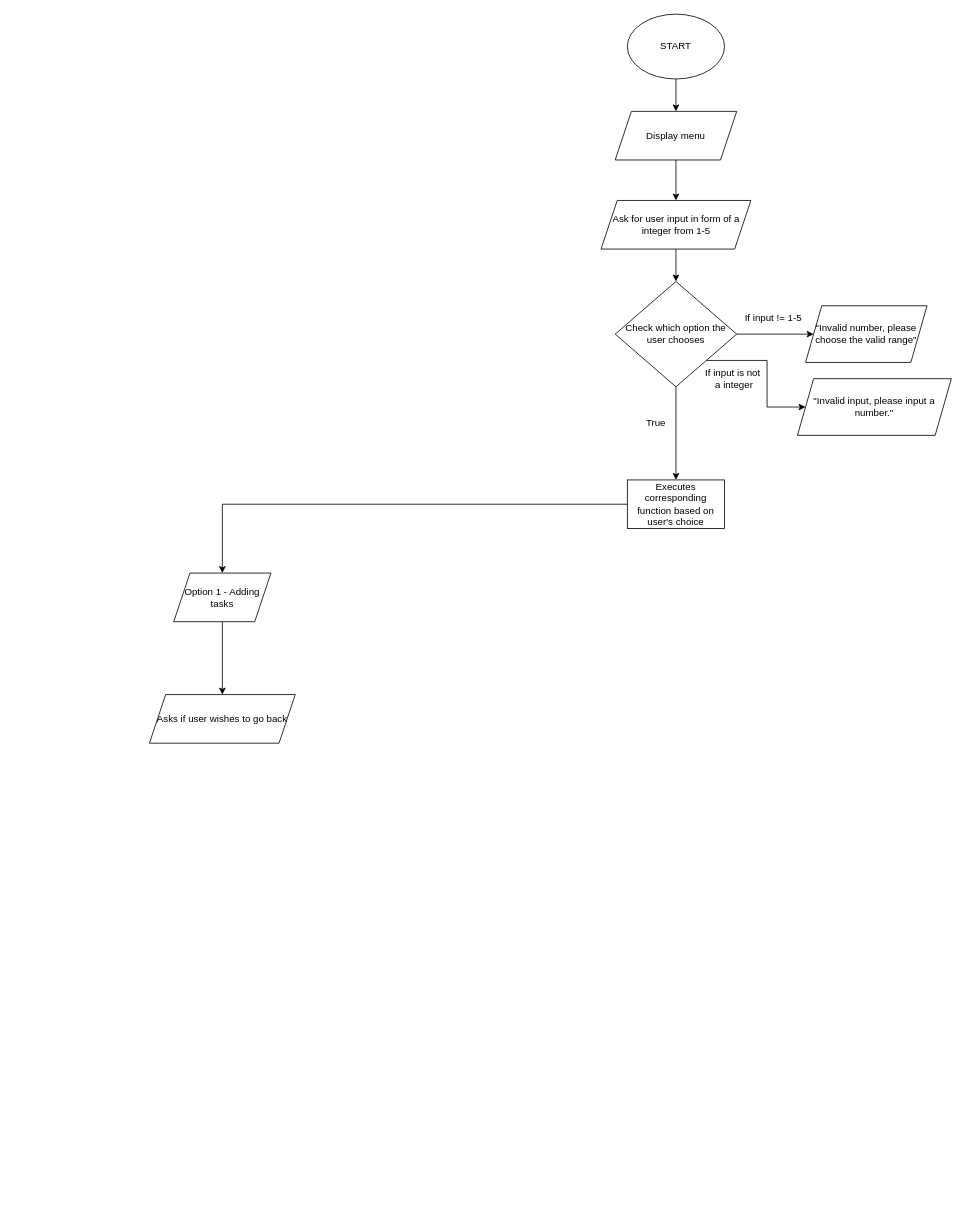
r3dkoi/personal-projects keeps this draw.io diagram as Untitled Diagram.drawio. Above is the earlier version. Source tidied: cells renumbered, new cells numbered last; positions are measured from the earlier drawing's top-left corner, leaving out a move shared by most shapes. Both pictures are drawn from the tidied source at 81%, with x=0, y=0 at pixel (149, 14).
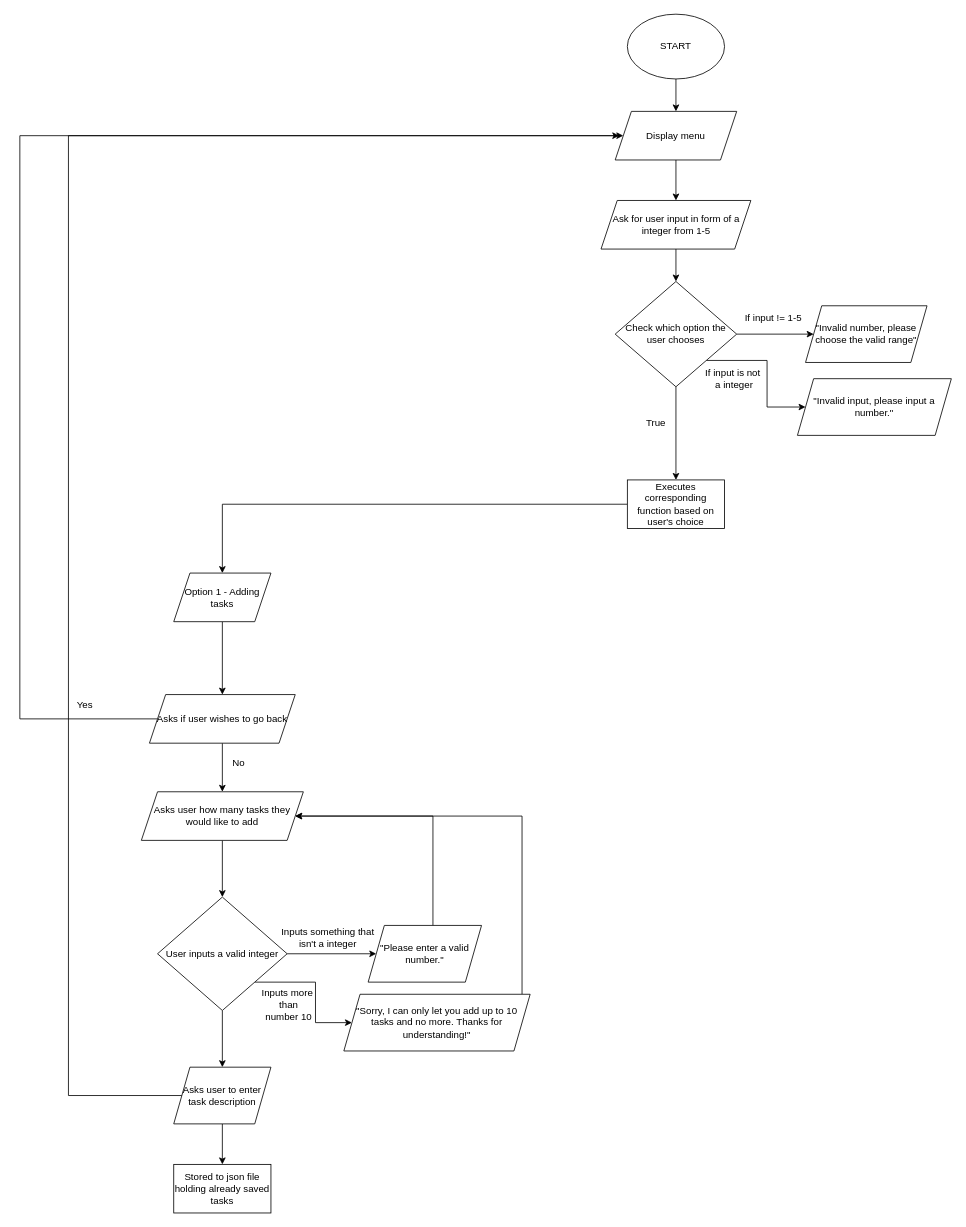
After the change.

Unchanged cells that the change refers to:
```xml
<mxCell id="5" value="Display menu" style="shape=parallelogram;perimeter=parallelogramPerimeter;whiteSpace=wrap;html=1;fixedSize=1;" parent="1" vertex="1">
  <mxGeometry x="575" y="120" width="150" height="60" as="geometry" />
</mxCell>
<mxCell id="21" value="Asks if user wishes to go back" style="shape=parallelogram;perimeter=parallelogramPerimeter;whiteSpace=wrap;html=1;fixedSize=1;" parent="1" vertex="1">
  <mxGeometry y="840" width="180" height="60" as="geometry" />
</mxCell>
```

Change to the diagram source:
```diff
@@
+    <mxCell id="22" style="edgeStyle=orthogonalEdgeStyle;rounded=0;jettySize=auto;html=1;entryX=0;entryY=0.5;entryDx=0;entryDy=0;" parent="1" edge="1" source="21" target="5">
+      <mxGeometry relative="1" as="geometry">
+        <Array as="points">
+          <mxPoint x="-160" y="870" />
+          <mxPoint x="-160" y="150" />
+        </Array>
+      </mxGeometry>
+    </mxCell>
+    <mxCell id="23" style="edgeStyle=orthogonalEdgeStyle;rounded=0;jettySize=auto;html=1;exitX=0.5;exitY=1;exitDx=0;exitDy=0;entryX=0.5;entryY=0;entryDx=0;entryDy=0;" parent="1" edge="1" source="21" target="26">
+      <mxGeometry relative="1" as="geometry" />
+    </mxCell>
@@
+    <mxCell id="24" value="Yes&lt;div&gt;&lt;br&gt;&lt;/div&gt;" style="text;html=1;align=center;verticalAlign=middle;strokeColor=none;fillColor=none;" parent="1" vertex="1">
+      <mxGeometry x="-100" y="840" width="40" height="40" as="geometry" />
+    </mxCell>
+    <mxCell id="25" style="edgeStyle=orthogonalEdgeStyle;rounded=0;jettySize=auto;html=1;" parent="1" edge="1" source="26" target="31">
+      <mxGeometry relative="1" as="geometry" />
+    </mxCell>
+    <mxCell id="26" value="Asks user how many tasks they would like to add" style="shape=parallelogram;perimeter=parallelogramPerimeter;whiteSpace=wrap;html=1;fixedSize=1;" parent="1" vertex="1">
+      <mxGeometry x="-10" y="960" width="200" height="60" as="geometry" />
+    </mxCell>
+    <mxCell id="27" value="No" style="text;html=1;align=center;verticalAlign=middle;strokeColor=none;fillColor=none;" parent="1" vertex="1">
+      <mxGeometry x="90" y="910" width="40" height="30" as="geometry" />
+    </mxCell>
+    <mxCell id="28" style="edgeStyle=orthogonalEdgeStyle;rounded=0;jettySize=auto;html=1;" parent="1" edge="1" source="31" target="33">
+      <mxGeometry relative="1" as="geometry" />
+    </mxCell>
+    <mxCell id="29" style="edgeStyle=orthogonalEdgeStyle;rounded=0;jettySize=auto;html=1;exitX=1;exitY=1;exitDx=0;exitDy=0;entryX=0;entryY=0.5;entryDx=0;entryDy=0;" parent="1" edge="1" source="31" target="36">
+      <mxGeometry relative="1" as="geometry" />
+    </mxCell>
+    <mxCell id="30" style="edgeStyle=orthogonalEdgeStyle;rounded=0;jettySize=auto;html=1;" parent="1" edge="1" source="31" target="40">
+      <mxGeometry relative="1" as="geometry" />
+    </mxCell>
+    <mxCell id="31" value="User inputs a valid integer" style="rhombus;whiteSpace=wrap;html=1;" parent="1" vertex="1">
+      <mxGeometry x="10" y="1090" width="160" height="140" as="geometry" />
+    </mxCell>
+    <mxCell id="32" style="edgeStyle=orthogonalEdgeStyle;rounded=0;jettySize=auto;html=1;entryX=1;entryY=0.5;entryDx=0;entryDy=0;" parent="1" edge="1" source="33" target="26">
+      <mxGeometry relative="1" as="geometry">
+        <Array as="points">
+          <mxPoint x="350" y="990" />
+        </Array>
+      </mxGeometry>
+    </mxCell>
+    <mxCell id="33" value="&quot;Please enter a valid number.&quot;" style="shape=parallelogram;perimeter=parallelogramPerimeter;whiteSpace=wrap;html=1;fixedSize=1;" parent="1" vertex="1">
+      <mxGeometry x="270" y="1125" width="140" height="70" as="geometry" />
+    </mxCell>
+    <mxCell id="34" value="Inputs something that &lt;br&gt;isn't a integer" style="text;html=1;align=center;verticalAlign=middle;strokeColor=none;fillColor=none;" parent="1" vertex="1">
+      <mxGeometry x="150" y="1120" width="140" height="40" as="geometry" />
+    </mxCell>
+    <mxCell id="35" style="edgeStyle=orthogonalEdgeStyle;rounded=0;jettySize=auto;html=1;entryX=1;entryY=0.5;entryDx=0;entryDy=0;" parent="1" edge="1" source="36" target="26">
+      <mxGeometry relative="1" as="geometry">
+        <Array as="points">
+          <mxPoint x="460" y="990" />
+        </Array>
+      </mxGeometry>
+    </mxCell>
+    <mxCell id="36" value="&quot;Sorry, I can only let you add up to 10 tasks and no more. Thanks for understanding!&quot;" style="shape=parallelogram;perimeter=parallelogramPerimeter;whiteSpace=wrap;html=1;fixedSize=1;" parent="1" vertex="1">
+      <mxGeometry x="240" y="1210" width="230" height="70" as="geometry" />
+    </mxCell>
+    <mxCell id="37" value="Inputs more&lt;br&gt;&amp;nbsp;than&lt;br&gt;&amp;nbsp;number 10" style="text;html=1;align=center;verticalAlign=middle;strokeColor=none;fillColor=none;" parent="1" vertex="1">
+      <mxGeometry x="125" y="1193" width="90" height="60" as="geometry" />
+    </mxCell>
+    <mxCell id="38" style="edgeStyle=orthogonalEdgeStyle;rounded=0;jettySize=auto;html=1;" parent="1" edge="1" source="40" target="41">
+      <mxGeometry relative="1" as="geometry" />
+    </mxCell>
+    <mxCell id="39" style="edgeStyle=orthogonalEdgeStyle;rounded=0;jettySize=auto;html=1;" parent="1" edge="1" source="40">
+      <mxGeometry relative="1" as="geometry">
+        <mxPoint x="580" y="150" as="targetPoint" />
+        <Array as="points">
+          <mxPoint x="-100" y="1335" />
+          <mxPoint x="-100" y="150" />
+        </Array>
+      </mxGeometry>
+    </mxCell>
+    <mxCell id="40" value="Asks user to enter task description" style="shape=parallelogram;perimeter=parallelogramPerimeter;whiteSpace=wrap;html=1;fixedSize=1;" parent="1" vertex="1">
+      <mxGeometry x="30" y="1300" width="120" height="70" as="geometry" />
+    </mxCell>
+    <mxCell id="41" value="Stored to json file holding already saved tasks" style="whiteSpace=wrap;html=1;" parent="1" vertex="1">
+      <mxGeometry x="30" y="1420" width="120" height="60" as="geometry" />
+    </mxCell>
```
